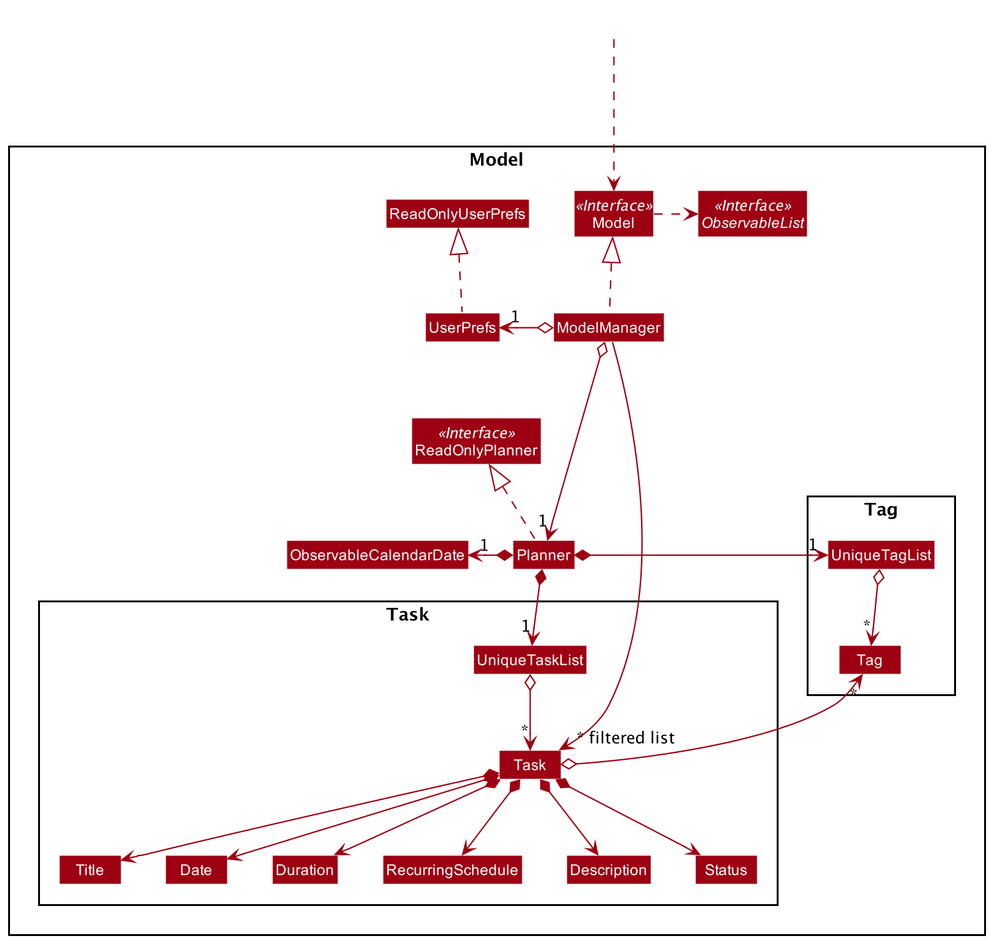
Before: docs/images/ModelClassDiagram.png, a diagram exported from PlantUML (nus-cs2103-AY2021S2/tp).
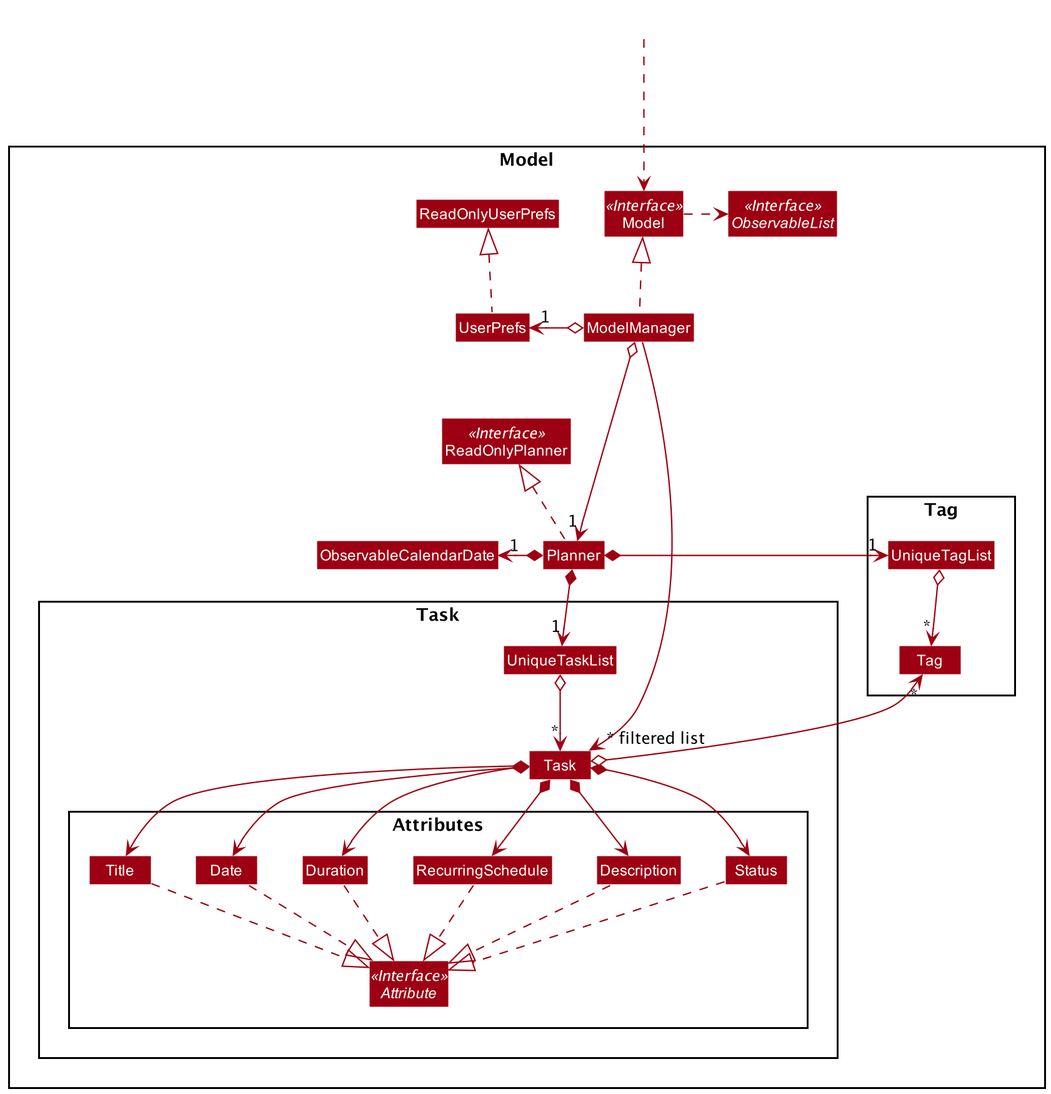
The same file after the commit.

Diff of the diagram source:
```diff
@@ -18,12 +18,17 @@
 
 Package Task {
 Class Task
+
+Package Attributes {
+Interface Attribute <<Interface>>
 Class Date
 Class RecurringSchedule
 Class Title
 Class Status
 Class Duration
 Class Description
+}
+
 Class UniqueTaskList
 }
 
@@ -57,6 +62,13 @@
 Task *--> Status
 Task o--> "*" Tag
 
+Title .down.|> Attribute
+Date .down.|> Attribute
+Duration .down.|> Attribute
+RecurringSchedule .down.|> Attribute
+Description .down.|> Attribute
+Status .down.|> Attribute
+
 Title -[hidden]right-> Date
 Date -[hidden]right-> Duration
 Duration -[hidden]right-> RecurringSchedule
```
